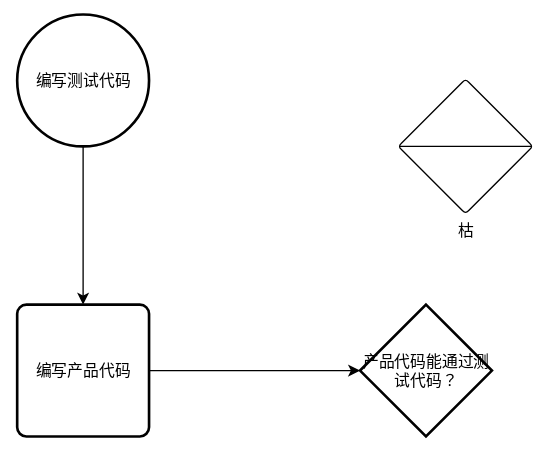
This is 笔记/前端/工程化/质量/Untitled Diagram.svg from Echo-Yanglulu/obsidianPrivateNote, a draw.io export, as it was before one commit. Source tidied: cells renumbered, new cells last; positions are measured from the earlier drawing's top-left corner, leaving out a move shared by most shapes.
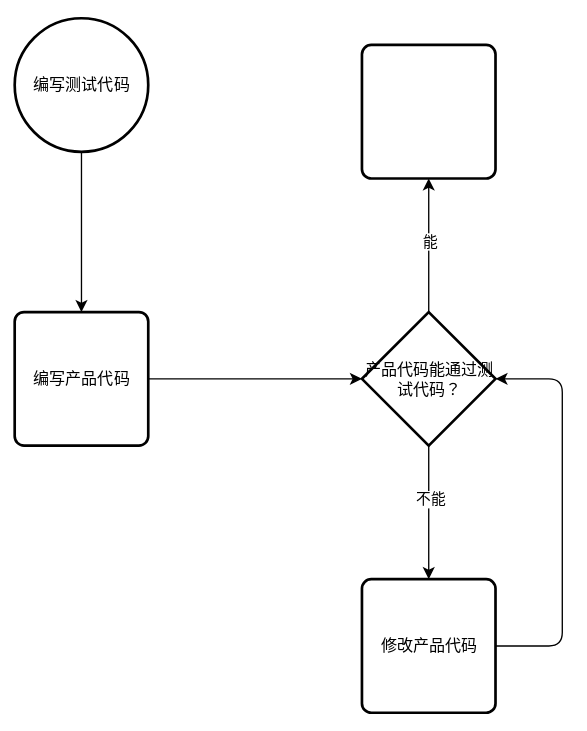
Above is the later version.

Diff of the diagram source:
```diff
@@ -2,6 +2,20 @@
   <root>
     <mxCell id="0" />
     <mxCell id="1" parent="0" />
+    <mxCell id="8" style="edgeStyle=none;html=1;entryX=0.5;entryY=1;entryDx=0;entryDy=0;" parent="1" edge="1" source="2" target="12">
+      <mxGeometry relative="1" as="geometry" />
+    </mxCell>
+    <mxCell id="9" value="能" style="edgeLabel;html=1;align=center;verticalAlign=middle;" parent="8" vertex="1">
+      <mxGeometry x="0.42" y="3" relative="1" as="geometry">
+        <mxPoint x="3" y="17" as="offset" />
+      </mxGeometry>
+    </mxCell>
+    <mxCell id="10" style="edgeStyle=none;html=1;entryX=0.5;entryY=0;entryDx=0;entryDy=0;" parent="1" edge="1" source="2" target="14">
+      <mxGeometry relative="1" as="geometry" />
+    </mxCell>
+    <mxCell id="11" value="不能" style="edgeLabel;html=1;align=center;verticalAlign=middle;" parent="10" vertex="1">
+      <mxGeometry x="-0.22" relative="1" as="geometry" />
+    </mxCell>
     <mxCell id="2" value="产品代码能通过测试代码？" style="strokeWidth=2;html=1;shape=mxgraph.flowchart.decision;whiteSpace=wrap;" parent="1" vertex="1">
       <mxGeometry x="260" y="220" width="100" height="100" as="geometry" />
     </mxCell>
@@ -14,11 +28,22 @@
     <mxCell id="5" value="编写产品代码" style="rounded=1;whiteSpace=wrap;html=1;absoluteArcSize=1;arcSize=14;strokeWidth=2;" parent="1" vertex="1">
       <mxGeometry y="220" width="100" height="100" as="geometry" />
     </mxCell>
-    <mxCell id="6" value="枯" style="verticalLabelPosition=bottom;verticalAlign=top;html=1;shape=mxgraph.flowchart.sort;" parent="1" vertex="1">
-      <mxGeometry x="290" y="50" width="100" height="100" as="geometry" />
-    </mxCell>
     <mxCell id="7" value="&lt;span&gt;编写测试代码&lt;/span&gt;" style="strokeWidth=2;html=1;shape=mxgraph.flowchart.start_2;whiteSpace=wrap;" parent="1" vertex="1">
       <mxGeometry width="100" height="100" as="geometry" />
     </mxCell>
+    <mxCell id="12" style="rounded=1;whiteSpace=wrap;html=1;absoluteArcSize=1;arcSize=14;strokeWidth=2;" parent="1" vertex="1">
+      <mxGeometry x="260" y="20" width="100" height="100" as="geometry" />
+    </mxCell>
+    <mxCell id="13" style="edgeStyle=orthogonalEdgeStyle;html=1;entryX=1;entryY=0.5;entryDx=0;entryDy=0;entryPerimeter=0;" parent="1" edge="1" source="14" target="2">
+      <mxGeometry relative="1" as="geometry">
+        <Array as="points">
+          <mxPoint x="410" y="470" />
+          <mxPoint x="410" y="270" />
+        </Array>
+      </mxGeometry>
+    </mxCell>
+    <mxCell id="14" value="修改产品代码" style="rounded=1;whiteSpace=wrap;html=1;absoluteArcSize=1;arcSize=14;strokeWidth=2;" parent="1" vertex="1">
+      <mxGeometry x="260" y="420" width="100" height="100" as="geometry" />
+    </mxCell>
   </root>
 </mxGraphModel>
```
